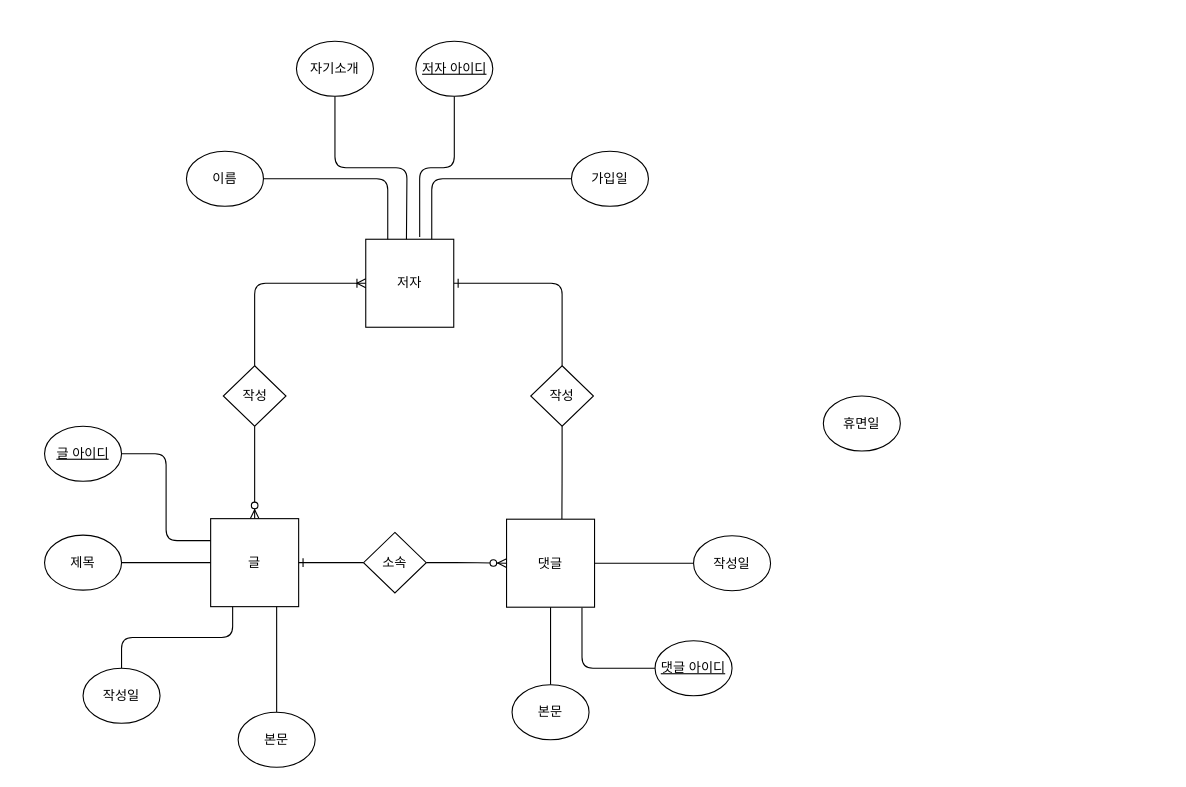
Above: page "Page-1" (1 of 2) of 관계형 데이터 모델링 ERD 실습.drawio in codingeverybody/erd (draw.io), before the change. Source tidied: cells renumbered, new cells numbered last; positions are measured from the earlier drawing's top-left corner, leaving out a move shared by most shapes. Both pictures are drawn from the tidied source at 110%, with x=0, y=0 at pixel (44, 41).
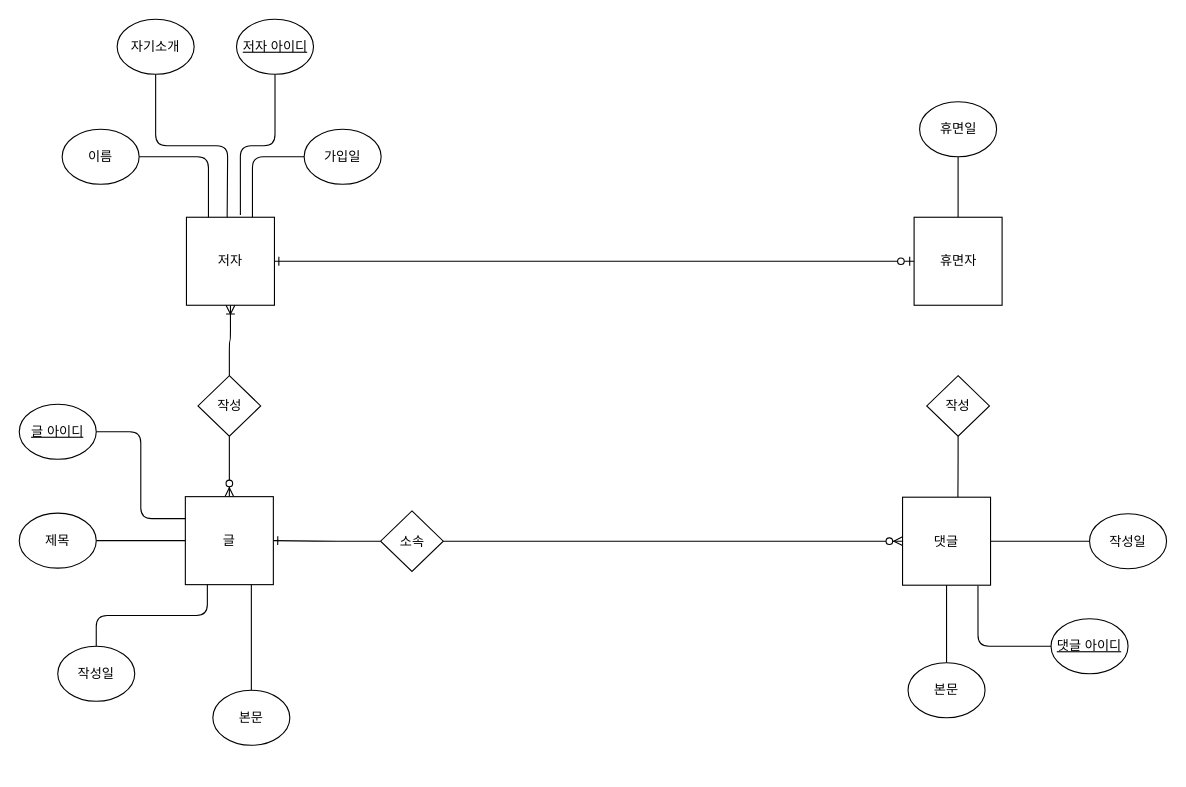
The same diagram, later.

Commit message:
Update 관계형 데이터 모델링 ERD 실습.drawio

The edit, as a diff of the source:
```diff
@@
     <mxCell id="3" value="글" style="whiteSpace=wrap;html=1;" parent="1" vertex="1">
-      <mxGeometry x="151" y="434" width="80" height="80" as="geometry" />
+      <mxGeometry x="128" y="414" width="80" height="80" as="geometry" />
     </mxCell>
-    <mxCell id="4" style="edgeStyle=orthogonalEdgeStyle;rounded=1;jettySize=auto;html=1;exitX=1;exitY=0.5;exitDx=0;exitDy=0;entryX=0.5;entryY=0;entryDx=0;entryDy=0;endArrow=none;endFill=0;startArrow=ERone;startFill=0;" parent="1" edge="1" source="5" target="32">
-      <mxGeometry relative="1" as="geometry" />
-    </mxCell>
+    <mxCell id="37" style="edgeStyle=orthogonalEdgeStyle;rounded=1;jettySize=auto;html=1;exitX=1;exitY=0.5;exitDx=0;exitDy=0;entryX=0;entryY=0.5;entryDx=0;entryDy=0;startArrow=ERone;startFill=0;endArrow=ERzeroToOne;endFill=1;" parent="1" edge="1" source="5" target="39">
+      <mxGeometry relative="1" as="geometry" />
+    </mxCell>
     <mxCell id="5" value="저자" style="whiteSpace=wrap;html=1;" parent="1" vertex="1">
-      <mxGeometry x="292" y="180" width="80" height="80" as="geometry" />
+      <mxGeometry x="129" y="160" width="80" height="80" as="geometry" />
     </mxCell>
     <mxCell id="6" value="댓글" style="whiteSpace=wrap;html=1;" parent="1" vertex="1">
-      <mxGeometry x="420" y="434.5" width="80" height="80" as="geometry" />
+      <mxGeometry x="780" y="414.5" width="80" height="80" as="geometry" />
     </mxCell>
@@
     <mxCell id="8" value="제목" style="ellipse;whiteSpace=wrap;html=1;" parent="1" vertex="1">
-      <mxGeometry y="449" width="70" height="50" as="geometry" />
+      <mxGeometry x="-23" y="429" width="70" height="50" as="geometry" />
     </mxCell>
@@
     <mxCell id="10" value="본문" style="ellipse;whiteSpace=wrap;html=1;" parent="1" vertex="1">
-      <mxGeometry x="176" y="610" width="70" height="50" as="geometry" />
+      <mxGeometry x="153" y="590" width="70" height="50" as="geometry" />
     </mxCell>
@@
     <mxCell id="12" value="작성일" style="ellipse;whiteSpace=wrap;html=1;" parent="1" vertex="1">
-      <mxGeometry x="35" y="570" width="70" height="50" as="geometry" />
+      <mxGeometry x="12" y="550" width="70" height="50" as="geometry" />
     </mxCell>
@@
     <mxCell id="14" value="이름" style="ellipse;whiteSpace=wrap;html=1;" parent="1" vertex="1">
-      <mxGeometry x="129" y="100" width="70" height="50" as="geometry" />
+      <mxGeometry x="16" y="80" width="70" height="50" as="geometry" />
     </mxCell>
@@
     <mxCell id="16" value="가입일" style="ellipse;whiteSpace=wrap;html=1;" parent="1" vertex="1">
-      <mxGeometry x="479" y="100" width="70" height="50" as="geometry" />
+      <mxGeometry x="236" y="80" width="70" height="50" as="geometry" />
     </mxCell>
     <mxCell id="17" style="edgeStyle=orthogonalEdgeStyle;rounded=1;jettySize=auto;html=1;exitX=0.5;exitY=1;exitDx=0;exitDy=0;endArrow=none;endFill=0;" parent="1" edge="1" source="18">
       <mxGeometry relative="1" as="geometry">
-        <mxPoint x="329" y="180" as="targetPoint" />
+        <mxPoint x="166" y="160" as="targetPoint" />
       </mxGeometry>
     </mxCell>
     <mxCell id="18" value="자기소개" style="ellipse;whiteSpace=wrap;html=1;" parent="1" vertex="1">
-      <mxGeometry x="229" width="70" height="50" as="geometry" />
+      <mxGeometry x="66" y="-20" width="70" height="50" as="geometry" />
     </mxCell>
@@
     <mxCell id="20" value="작성일" style="ellipse;whiteSpace=wrap;html=1;" parent="1" vertex="1">
-      <mxGeometry x="590" y="449.5" width="70" height="50" as="geometry" />
+      <mxGeometry x="950" y="429.5" width="70" height="50" as="geometry" />
     </mxCell>
@@
     <mxCell id="22" value="본문" style="ellipse;whiteSpace=wrap;html=1;" parent="1" vertex="1">
-      <mxGeometry x="425" y="585" width="70" height="50" as="geometry" />
+      <mxGeometry x="785" y="565" width="70" height="50" as="geometry" />
     </mxCell>
@@
     <mxCell id="24" value="글 아이디" style="ellipse;whiteSpace=wrap;html=1;fontStyle=4;" parent="1" vertex="1">
-      <mxGeometry y="350" width="70" height="50" as="geometry" />
+      <mxGeometry x="-23" y="330" width="70" height="50" as="geometry" />
     </mxCell>
@@
     <mxCell id="26" value="댓글 아이디" style="ellipse;whiteSpace=wrap;html=1;fontStyle=4;" parent="1" vertex="1">
-      <mxGeometry x="555" y="545" width="70" height="50" as="geometry" />
+      <mxGeometry x="915" y="525" width="70" height="50" as="geometry" />
     </mxCell>
@@
     <mxCell id="28" value="&lt;u&gt;저자 아이디&lt;/u&gt;" style="ellipse;whiteSpace=wrap;html=1;" parent="1" vertex="1">
-      <mxGeometry x="337.5" width="70" height="50" as="geometry" />
+      <mxGeometry x="174.5" y="-20" width="70" height="50" as="geometry" />
     </mxCell>
-    <mxCell id="29" style="edgeStyle=orthogonalEdgeStyle;rounded=1;jettySize=auto;html=1;exitX=0.5;exitY=0;exitDx=0;exitDy=0;entryX=0;entryY=0.5;entryDx=0;entryDy=0;endArrow=ERoneToMany;endFill=0;" parent="1" edge="1" source="30" target="5">
+    <mxCell id="29" style="edgeStyle=orthogonalEdgeStyle;rounded=1;jettySize=auto;html=1;exitX=0.5;exitY=0;exitDx=0;exitDy=0;entryX=0.5;entryY=1;entryDx=0;entryDy=0;endArrow=ERoneToMany;endFill=0;" parent="1" edge="1" source="30" target="5">
       <mxGeometry relative="1" as="geometry" />
     </mxCell>
     <mxCell id="30" value="작성" style="rhombus;whiteSpace=wrap;html=1;" parent="1" vertex="1">
-      <mxGeometry x="162.5" y="295" width="57" height="55" as="geometry" />
+      <mxGeometry x="139.5" y="304" width="57" height="55" as="geometry" />
     </mxCell>
@@
     <mxCell id="32" value="작성" style="rhombus;whiteSpace=wrap;html=1;" parent="1" vertex="1">
-      <mxGeometry x="442" y="295" width="57" height="55" as="geometry" />
+      <mxGeometry x="802" y="304" width="57" height="55" as="geometry" />
     </mxCell>
@@
     <mxCell id="35" value="소속" style="rhombus;whiteSpace=wrap;html=1;" parent="1" vertex="1">
-      <mxGeometry x="290" y="446.5" width="57" height="55" as="geometry" />
+      <mxGeometry x="305.5" y="427" width="57" height="55" as="geometry" />
     </mxCell>
+    <mxCell id="38" style="edgeStyle=orthogonalEdgeStyle;rounded=1;jettySize=auto;html=1;exitX=0.5;exitY=0;exitDx=0;exitDy=0;entryX=0.5;entryY=1;entryDx=0;entryDy=0;startArrow=none;startFill=0;endArrow=none;endFill=0;" parent="1" edge="1" source="39" target="36">
+      <mxGeometry relative="1" as="geometry" />
+    </mxCell>
+    <mxCell id="39" value="휴면자" style="whiteSpace=wrap;html=1;" parent="1" vertex="1">
+      <mxGeometry x="790.5" y="160" width="80" height="80" as="geometry" />
+    </mxCell>
     <mxCell id="36" value="휴면일" style="ellipse;whiteSpace=wrap;html=1;" parent="1" vertex="1">
-      <mxGeometry x="708" y="322.5" width="70" height="50" as="geometry" />
+      <mxGeometry x="795.5" y="55" width="70" height="50" as="geometry" />
     </mxCell>
```
